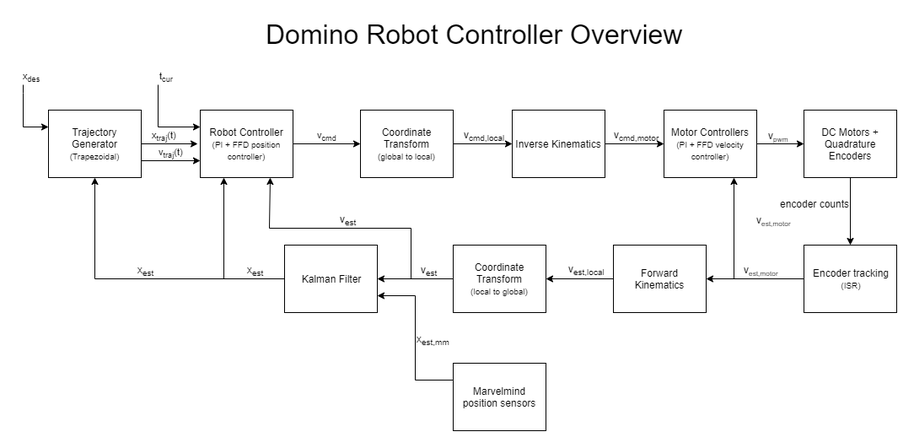
alexbaucom17/DominoRobot keeps this draw.io diagram as doc/DominoRobotControllerFlowchart.png. Above is the earlier version. Source tidied: cells renumbered, new cells last; positions are measured from the earlier drawing's top-left corner, leaving out a move shared by most shapes.
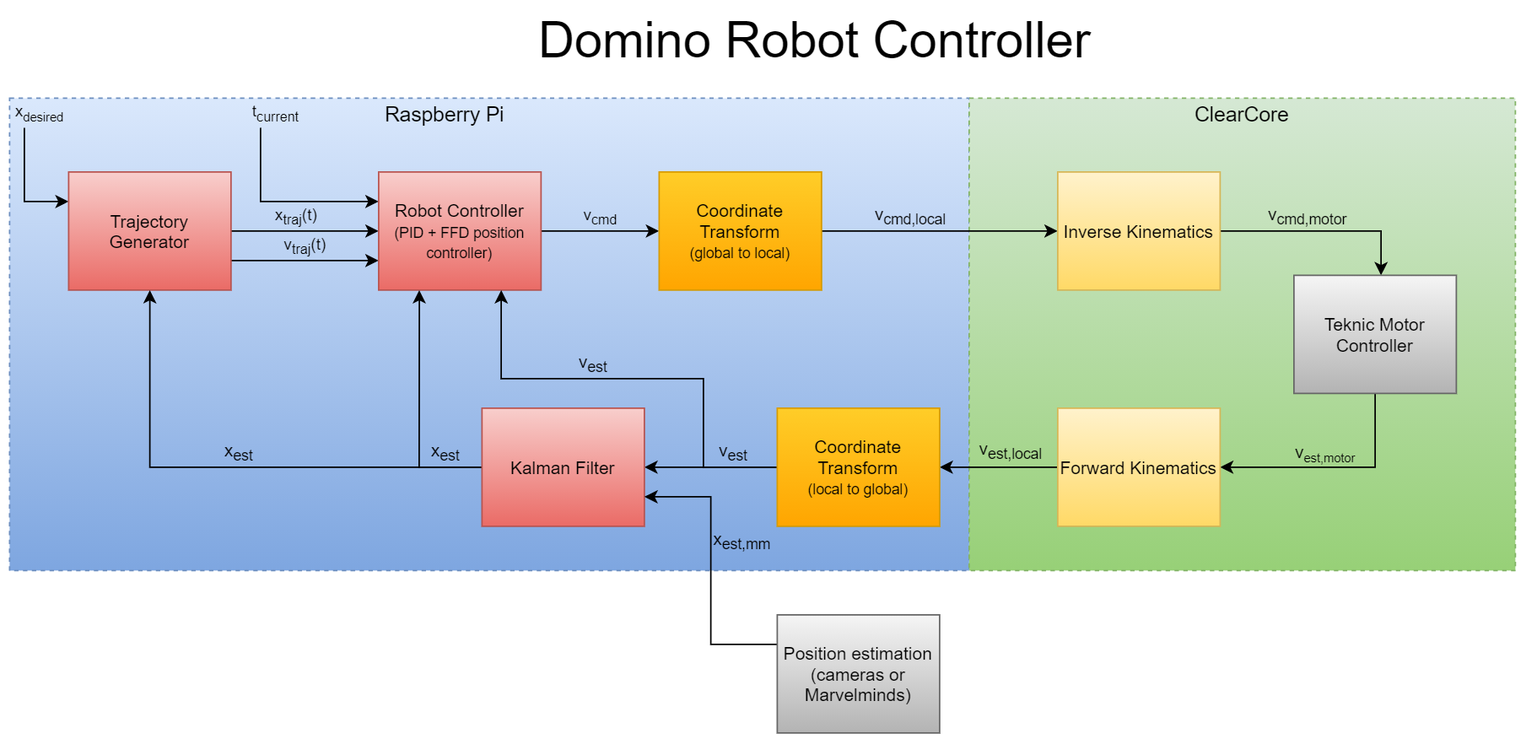
Later version of the same file.

Commit message:
Update controller flowchart

What changed in the source:
```diff
@@ -2,24 +2,29 @@
   <root>
     <mxCell id="0" />
     <mxCell id="1" parent="0" />
+    <mxCell id="43" style="rounded=0;whiteSpace=wrap;html=1;dashed=1;fillColor=#dae8fc;strokeColor=#6c8ebf;gradientColor=#7ea6e0;" parent="1" vertex="1">
+      <mxGeometry x="-10" y="60" width="650" height="320" as="geometry" />
+    </mxCell>
+    <mxCell id="44" style="rounded=0;whiteSpace=wrap;html=1;dashed=1;fillColor=#d5e8d4;strokeColor=#82b366;gradientColor=#97d077;" parent="1" vertex="1">
+      <mxGeometry x="640" y="60" width="370" height="320" as="geometry" />
+    </mxCell>
-    <mxCell id="2" value="x&lt;sub&gt;traj&lt;/sub&gt;(t)" style="edgeStyle=orthogonalEdgeStyle;rounded=0;orthogonalLoop=1;jettySize=auto;html=1;labelPosition=center;verticalLabelPosition=top;align=center;verticalAlign=bottom;fontColor=#000000;" parent="1" edge="1">
+    <mxCell id="2" value="x&lt;sub&gt;traj&lt;/sub&gt;(t)" style="edgeStyle=orthogonalEdgeStyle;rounded=0;jettySize=auto;html=1;labelPosition=center;verticalLabelPosition=top;align=center;verticalAlign=bottom;fontColor=#000000;entryX=0;entryY=0.5;entryDx=0;entryDy=0;labelBackgroundColor=none;" parent="1" edge="1" target="8">
       <mxGeometry relative="1" as="geometry">
         <mxPoint x="127" y="150" as="sourcePoint" />
-        <mxPoint x="207" y="150" as="targetPoint" />
       </mxGeometry>
     </mxCell>
-    <mxCell id="3" value="v&lt;sub&gt;traj&lt;/sub&gt;(t)" style="edgeStyle=orthogonalEdgeStyle;rounded=0;jettySize=auto;html=1;exitX=1;exitY=0.75;exitDx=0;exitDy=0;entryX=0;entryY=0.75;entryDx=0;entryDy=0;labelPosition=center;verticalLabelPosition=top;align=center;verticalAlign=bottom;fontColor=#000000;" parent="1" edge="1" source="6" target="8">
+    <mxCell id="3" value="v&lt;sub&gt;traj&lt;/sub&gt;(t)" style="edgeStyle=orthogonalEdgeStyle;rounded=0;jettySize=auto;html=1;exitX=1;exitY=0.75;exitDx=0;exitDy=0;entryX=0;entryY=0.75;entryDx=0;entryDy=0;labelPosition=center;verticalLabelPosition=top;align=center;verticalAlign=bottom;fontColor=#000000;labelBackgroundColor=none;" parent="1" edge="1" source="6" target="8">
       <mxGeometry relative="1" as="geometry" />
     </mxCell>
-    <mxCell id="4" value="t&lt;sub&gt;cur&lt;/sub&gt;" style="edgeStyle=orthogonalEdgeStyle;rounded=0;jettySize=auto;html=1;entryX=0;entryY=0.25;entryDx=0;entryDy=0;labelPosition=center;verticalLabelPosition=top;align=center;verticalAlign=bottom;fontColor=#000000;" parent="1" edge="1" target="8">
-      <mxGeometry x="0.2" y="50" relative="1" as="geometry">
+    <mxCell id="4" value="t&lt;sub&gt;current&lt;/sub&gt;" style="edgeStyle=orthogonalEdgeStyle;rounded=0;jettySize=auto;html=1;entryX=0;entryY=0.25;entryDx=0;entryDy=0;labelPosition=center;verticalLabelPosition=top;align=center;verticalAlign=bottom;fontColor=#000000;labelBackgroundColor=none;" parent="1" edge="1" target="8">
+      <mxGeometry x="-1" y="10" relative="1" as="geometry">
         <mxPoint x="160" y="80" as="sourcePoint" />
         <Array as="points">
           <mxPoint x="160" y="130" />
         </Array>
       </mxGeometry>
     </mxCell>
-    <mxCell id="5" value="x&lt;sub&gt;des&lt;/sub&gt;" style="edgeStyle=orthogonalEdgeStyle;rounded=0;jettySize=auto;html=1;exitX=0;exitY=0.25;exitDx=0;exitDy=0;startArrow=classic;startFill=1;endArrow=none;endFill=0;labelPosition=center;verticalLabelPosition=top;align=center;verticalAlign=bottom;fontColor=#000000;" parent="1" edge="1" source="6">
+    <mxCell id="5" value="x&lt;font size=&quot;1&quot;&gt;&lt;sub&gt;desired&lt;/sub&gt;&lt;/font&gt;" style="edgeStyle=orthogonalEdgeStyle;rounded=0;jettySize=auto;html=1;exitX=0;exitY=0.25;exitDx=0;exitDy=0;startArrow=classic;startFill=1;endArrow=none;endFill=0;labelPosition=center;verticalLabelPosition=top;align=center;verticalAlign=bottom;fontColor=#000000;labelBackgroundColor=none;" parent="1" edge="1" source="6">
       <mxGeometry x="1" y="-10" relative="1" as="geometry">
         <mxPoint y="80" as="targetPoint" />
         <Array as="points">
@@ -28,68 +33,56 @@
         </Array>
       </mxGeometry>
     </mxCell>
-    <mxCell id="6" value="Trajectory Generator&lt;br style=&quot;font-size: 10px&quot;&gt;&lt;font size=&quot;1&quot;&gt;(Trapezoidal)&lt;/font&gt;" style="rounded=0;whiteSpace=wrap;html=1;fontColor=#000000;" parent="1" vertex="1">
+    <mxCell id="6" value="Trajectory Generator" style="rounded=0;whiteSpace=wrap;html=1;gradientColor=#ea6b66;fillColor=#f8cecc;strokeColor=#b85450;" parent="1" vertex="1">
       <mxGeometry x="30" y="110" width="110" height="80" as="geometry" />
     </mxCell>
-    <mxCell id="7" value="v&lt;sub&gt;cmd&lt;/sub&gt;" style="edgeStyle=orthogonalEdgeStyle;rounded=0;jettySize=auto;html=1;labelPosition=center;verticalLabelPosition=top;align=center;verticalAlign=bottom;fontColor=#000000;" parent="1" edge="1" source="8" target="11">
+    <mxCell id="7" value="v&lt;sub&gt;cmd&lt;/sub&gt;" style="edgeStyle=orthogonalEdgeStyle;rounded=0;jettySize=auto;html=1;labelPosition=center;verticalLabelPosition=top;align=center;verticalAlign=bottom;fontColor=#000000;labelBackgroundColor=none;" parent="1" edge="1" source="8" target="11">
       <mxGeometry relative="1" as="geometry" />
     </mxCell>
-    <mxCell id="8" value="Robot Controller&lt;br style=&quot;font-size: 10px&quot;&gt;&lt;font size=&quot;1&quot;&gt;(PI + FFD position controller)&lt;/font&gt;" style="rounded=0;whiteSpace=wrap;html=1;fontColor=#000000;" parent="1" vertex="1">
-      <mxGeometry x="210" y="110" width="110" height="80" as="geometry" />
+    <mxCell id="8" value="Robot Controller&lt;br style=&quot;font-size: 10px&quot;&gt;&lt;font size=&quot;1&quot;&gt;(PID + FFD position controller)&lt;/font&gt;" style="rounded=0;whiteSpace=wrap;html=1;gradientColor=#ea6b66;fillColor=#f8cecc;strokeColor=#b85450;" parent="1" vertex="1">
+      <mxGeometry x="240" y="110" width="110" height="80" as="geometry" />
     </mxCell>
     <mxCell id="9" style="edgeStyle=orthogonalEdgeStyle;rounded=0;jettySize=auto;html=1;fontColor=#000000;" parent="1" edge="1" source="11" target="14">
       <mxGeometry relative="1" as="geometry" />
     </mxCell>
     <mxCell id="10" value="v&lt;sub&gt;cmd,local&lt;/sub&gt;" style="text;html=1;align=center;verticalAlign=bottom;labelBackgroundColor=none;fontColor=#000000;labelPosition=center;verticalLabelPosition=top;" parent="9" vertex="1">
       <mxGeometry x="-0.35" y="1" relative="1" as="geometry">
-        <mxPoint x="13.8" y="1" as="offset" />
+        <mxPoint x="8" y="1" as="offset" />
       </mxGeometry>
     </mxCell>
-    <mxCell id="11" value="Coordinate Transform&lt;br style=&quot;font-size: 10px&quot;&gt;&lt;font size=&quot;1&quot;&gt;(global to local)&lt;/font&gt;" style="rounded=0;whiteSpace=wrap;html=1;fontColor=#000000;" parent="1" vertex="1">
-      <mxGeometry x="400" y="110" width="110" height="80" as="geometry" />
+    <mxCell id="11" value="Coordinate Transform&lt;br style=&quot;font-size: 10px&quot;&gt;&lt;font size=&quot;1&quot;&gt;(global to local)&lt;/font&gt;" style="rounded=0;whiteSpace=wrap;html=1;gradientColor=#ffa500;fillColor=#ffcd28;strokeColor=#d79b00;" parent="1" vertex="1">
+      <mxGeometry x="430" y="110" width="110" height="80" as="geometry" />
     </mxCell>
-    <mxCell id="12" style="edgeStyle=orthogonalEdgeStyle;rounded=0;jettySize=auto;html=1;fontColor=#000000;" parent="1" edge="1" source="14" target="17">
-      <mxGeometry relative="1" as="geometry" />
+    <mxCell id="12" style="edgeStyle=orthogonalEdgeStyle;rounded=0;jettySize=auto;html=1;fontColor=#000000;" parent="1" edge="1" source="14">
+      <mxGeometry relative="1" as="geometry">
+        <mxPoint x="919" y="180" as="targetPoint" />
+        <Array as="points">
+          <mxPoint x="919" y="150" />
+        </Array>
+      </mxGeometry>
     </mxCell>
     <mxCell id="13" value="v&lt;sub&gt;cmd,motor&lt;/sub&gt;" style="text;html=1;align=center;verticalAlign=bottom;labelBackgroundColor=none;fontColor=#000000;labelPosition=center;verticalLabelPosition=top;" parent="12" vertex="1">
       <mxGeometry x="-0.35" y="1" relative="1" as="geometry">
         <mxPoint x="13.8" y="1" as="offset" />
       </mxGeometry>
     </mxCell>
-    <mxCell id="14" value="Inverse Kinematics" style="rounded=0;whiteSpace=wrap;html=1;fontColor=#000000;" parent="1" vertex="1">
-      <mxGeometry x="580" y="110" width="110" height="80" as="geometry" />
+    <mxCell id="14" value="Inverse Kinematics" style="rounded=0;whiteSpace=wrap;html=1;gradientColor=#ffd966;fillColor=#fff2cc;strokeColor=#d6b656;" parent="1" vertex="1">
+      <mxGeometry x="700" y="110" width="110" height="80" as="geometry" />
     </mxCell>
-    <mxCell id="15" style="edgeStyle=orthogonalEdgeStyle;rounded=0;jettySize=auto;html=1;fontColor=#000000;" parent="1" edge="1" source="17" target="20">
-      <mxGeometry relative="1" as="geometry" />
-    </mxCell>
-    <mxCell id="16" value="v&lt;span style=&quot;font-size: 10px&quot;&gt;&lt;sub&gt;pwm&lt;/sub&gt;&lt;/span&gt;" style="text;html=1;align=center;verticalAlign=bottom;labelBackgroundColor=none;fontColor=#000000;labelPosition=center;verticalLabelPosition=top;" parent="15" vertex="1">
-      <mxGeometry x="-0.12" relative="1" as="geometry" />
-    </mxCell>
-    <mxCell id="17" value="Motor Controllers&lt;br style=&quot;font-size: 10px&quot;&gt;&lt;font size=&quot;1&quot;&gt;(PI + FFD velocity controller)&lt;/font&gt;" style="rounded=0;whiteSpace=wrap;html=1;fontColor=#000000;" parent="1" vertex="1">
-      <mxGeometry x="760" y="110" width="110" height="80" as="geometry" />
-    </mxCell>
-    <mxCell id="18" style="edgeStyle=orthogonalEdgeStyle;rounded=0;jettySize=auto;html=1;fontColor=#000000;" parent="1" edge="1" source="20" target="24">
-      <mxGeometry relative="1" as="geometry" />
-    </mxCell>
-    <mxCell id="19" value="encoder counts" style="text;html=1;align=left;verticalAlign=middle;labelBackgroundColor=none;fontColor=#000000;labelPosition=right;verticalLabelPosition=middle;" parent="18" vertex="1">
-      <mxGeometry x="-0.29" y="2" relative="1" as="geometry">
-        <mxPoint x="-87" y="2" as="offset" />
-      </mxGeometry>
-    </mxCell>
-    <mxCell id="20" value="DC Motors + Quadrature Encoders" style="rounded=0;whiteSpace=wrap;html=1;fontColor=#000000;" parent="1" vertex="1">
-      <mxGeometry x="926" y="110" width="110" height="80" as="geometry" />
-    </mxCell>
-    <mxCell id="21" style="edgeStyle=orthogonalEdgeStyle;rounded=0;jettySize=auto;html=1;fontColor=#000000;" parent="1" edge="1" source="24" target="27">
-      <mxGeometry relative="1" as="geometry" />
+    <mxCell id="21" style="edgeStyle=orthogonalEdgeStyle;rounded=0;jettySize=auto;html=1;fontColor=#000000;entryX=1;entryY=0.5;entryDx=0;entryDy=0;exitX=0.5;exitY=1;exitDx=0;exitDy=0;" parent="1" edge="1" source="24" target="27">
+      <mxGeometry relative="1" as="geometry">
+        <Array as="points">
+          <mxPoint x="915" y="310" />
+        </Array>
+      </mxGeometry>
     </mxCell>
     <mxCell id="22" value="v&lt;span style=&quot;font-size: 10px&quot;&gt;&lt;sub&gt;est,motor&lt;/sub&gt;&lt;/span&gt;" style="text;html=1;align=center;verticalAlign=bottom;labelBackgroundColor=none;fontColor=#000000;labelPosition=center;verticalLabelPosition=top;" parent="21" vertex="1">
-      <mxGeometry x="-0.12" y="-1" relative="1" as="geometry" />
+      <mxGeometry x="-0.12" y="-1" relative="1" as="geometry">
+        <mxPoint x="-16" y="1" as="offset" />
+      </mxGeometry>
     </mxCell>
-    <mxCell id="23" style="edgeStyle=orthogonalEdgeStyle;rounded=0;jettySize=auto;html=1;exitX=0;exitY=0.5;exitDx=0;exitDy=0;entryX=0.75;entryY=1;entryDx=0;entryDy=0;startArrow=none;startFill=0;endArrow=classic;endFill=1;fontColor=#000000;" parent="1" edge="1" source="24" target="17">
-      <mxGeometry relative="1" as="geometry" />
-    </mxCell>
-    <mxCell id="24" value="Encoder tracking&lt;br&gt;&lt;font style=&quot;font-size: 10px&quot;&gt;(ISR)&lt;/font&gt;" style="rounded=0;whiteSpace=wrap;html=1;fontColor=#000000;" parent="1" vertex="1">
-      <mxGeometry x="926" y="270" width="110" height="80" as="geometry" />
+    <mxCell id="24" value="Teknic Motor Controller" style="rounded=0;whiteSpace=wrap;html=1;gradientColor=#b3b3b3;fillColor=#f5f5f5;strokeColor=#666666;" parent="1" vertex="1">
+      <mxGeometry x="860" y="180" width="110" height="80" as="geometry" />
     </mxCell>
     <mxCell id="25" style="edgeStyle=orthogonalEdgeStyle;rounded=0;jettySize=auto;html=1;fontColor=#000000;" parent="1" edge="1" source="27" target="31">
       <mxGeometry relative="1" as="geometry" />
@@ -97,7 +90,7 @@
     <mxCell id="26" value="v&lt;sub&gt;est,local&lt;/sub&gt;" style="text;html=1;align=center;verticalAlign=bottom;labelBackgroundColor=none;fontColor=#000000;labelPosition=center;verticalLabelPosition=top;" parent="25" vertex="1">
       <mxGeometry x="-0.2" y="-1" relative="1" as="geometry" />
     </mxCell>
-    <mxCell id="27" value="Forward Kinematics" style="rounded=0;whiteSpace=wrap;html=1;fontColor=#000000;" parent="1" vertex="1">
+    <mxCell id="27" value="Forward Kinematics" style="rounded=0;whiteSpace=wrap;html=1;gradientColor=#ffd966;fillColor=#fff2cc;strokeColor=#d6b656;" parent="1" vertex="1">
       <mxGeometry x="700" y="270" width="110" height="80" as="geometry" />
     </mxCell>
     <mxCell id="28" style="edgeStyle=orthogonalEdgeStyle;rounded=0;jettySize=auto;html=1;fontColor=#000000;" parent="1" edge="1" source="31" target="34">
@@ -113,11 +106,12 @@
         <Array as="points">
           <mxPoint x="460" y="310" />
           <mxPoint x="460" y="250" />
-          <mxPoint x="292" y="250" />
+          <mxPoint x="323" y="250" />
+          <mxPoint x="323" y="190" />
         </Array>
       </mxGeometry>
     </mxCell>
-    <mxCell id="31" value="Coordinate Transform&lt;br style=&quot;font-size: 10px&quot;&gt;&lt;font size=&quot;1&quot;&gt;(local to global)&lt;/font&gt;" style="rounded=0;whiteSpace=wrap;html=1;fontColor=#000000;" parent="1" vertex="1">
+    <mxCell id="31" value="Coordinate Transform&lt;br style=&quot;font-size: 10px&quot;&gt;&lt;font size=&quot;1&quot;&gt;(local to global)&lt;/font&gt;" style="rounded=0;whiteSpace=wrap;html=1;gradientColor=#ffa500;fillColor=#ffcd28;strokeColor=#d79b00;" parent="1" vertex="1">
       <mxGeometry x="510" y="270" width="110" height="80" as="geometry" />
     </mxCell>
     <mxCell id="32" style="edgeStyle=orthogonalEdgeStyle;rounded=0;jettySize=auto;html=1;exitX=0;exitY=0.5;exitDx=0;exitDy=0;entryX=0.5;entryY=1;entryDx=0;entryDy=0;startArrow=none;startFill=0;endArrow=classic;endFill=1;fontColor=#000000;" parent="1" edge="1" source="34" target="6">
@@ -126,7 +120,7 @@
     <mxCell id="33" style="edgeStyle=orthogonalEdgeStyle;rounded=0;jettySize=auto;html=1;exitX=0;exitY=0.5;exitDx=0;exitDy=0;entryX=0.25;entryY=1;entryDx=0;entryDy=0;startArrow=none;startFill=0;endArrow=classic;endFill=1;labelPosition=center;verticalLabelPosition=top;align=center;verticalAlign=bottom;fontColor=#000000;" parent="1" edge="1" source="34" target="8">
       <mxGeometry relative="1" as="geometry" />
     </mxCell>
-    <mxCell id="34" value="Kalman Filter" style="rounded=0;whiteSpace=wrap;html=1;fontColor=#000000;" parent="1" vertex="1">
+    <mxCell id="34" value="Kalman Filter" style="rounded=0;whiteSpace=wrap;html=1;gradientColor=#ea6b66;fillColor=#f8cecc;strokeColor=#b85450;" parent="1" vertex="1">
       <mxGeometry x="310" y="270" width="110" height="80" as="geometry" />
     </mxCell>
     <mxCell id="35" style="edgeStyle=orthogonalEdgeStyle;rounded=0;jettySize=auto;html=1;exitX=0;exitY=0.25;exitDx=0;exitDy=0;entryX=1;entryY=0.75;entryDx=0;entryDy=0;startArrow=none;startFill=0;endArrow=classic;endFill=1;fontColor=#000000;" parent="1" edge="1" source="37" target="34">
@@ -134,14 +128,14 @@
     </mxCell>
     <mxCell id="36" value="x&lt;sub&gt;est,mm&lt;/sub&gt;" style="text;html=1;align=left;verticalAlign=middle;labelBackgroundColor=none;fontColor=#000000;labelPosition=right;verticalLabelPosition=middle;" parent="35" vertex="1">
       <mxGeometry x="-0.17" relative="1" as="geometry">
-        <mxPoint y="-14.2" as="offset" />
+        <mxPoint y="-36" as="offset" />
       </mxGeometry>
     </mxCell>
-    <mxCell id="37" value="Marvelmind position sensors" style="rounded=0;whiteSpace=wrap;html=1;fontColor=#000000;" parent="1" vertex="1">
+    <mxCell id="37" value="Position estimation (cameras or Marvelminds)" style="rounded=0;whiteSpace=wrap;html=1;gradientColor=#b3b3b3;fillColor=#f5f5f5;strokeColor=#666666;" parent="1" vertex="1">
       <mxGeometry x="510" y="410" width="110" height="80" as="geometry" />
     </mxCell>
     <mxCell id="38" value="x&lt;sub&gt;est&lt;/sub&gt;" style="text;html=1;align=center;verticalAlign=middle;fontColor=#000000;" parent="1" vertex="1">
-      <mxGeometry x="260" y="290" width="30" height="20" as="geometry" />
+      <mxGeometry x="270" y="290" width="30" height="20" as="geometry" />
     </mxCell>
     <mxCell id="39" value="x&lt;sub&gt;est&lt;/sub&gt;" style="text;html=1;align=center;verticalAlign=middle;fontColor=#000000;" parent="1" vertex="1">
       <mxGeometry x="130" y="290" width="30" height="20" as="geometry" />
@@ -149,11 +143,14 @@
     <mxCell id="40" value="v&lt;sub&gt;est&lt;/sub&gt;" style="text;html=1;align=center;verticalAlign=bottom;labelBackgroundColor=none;fontColor=#000000;labelPosition=center;verticalLabelPosition=top;" parent="1" vertex="1">
       <mxGeometry x="385" y="250" as="geometry" />
     </mxCell>
-    <mxCell id="41" value="v&lt;span style=&quot;font-size: 10px&quot;&gt;&lt;sub&gt;est,motor&lt;/sub&gt;&lt;/span&gt;" style="text;html=1;align=center;verticalAlign=bottom;labelBackgroundColor=none;fontColor=#000000;labelPosition=center;verticalLabelPosition=top;" parent="1" vertex="1">
-      <mxGeometry x="890" y="250" as="geometry" />
-    </mxCell>
-    <mxCell id="42" value="Domino Robot Controller Overview" style="text;html=1;align=center;verticalAlign=middle;fontColor=#000000;fontSize=32;" parent="1" vertex="1">
-      <mxGeometry x="280" width="510" height="40" as="geometry" />
+    <mxCell id="42" value="&lt;font style=&quot;font-size: 34px&quot;&gt;Domino Robot Controller&lt;/font&gt;" style="text;html=1;align=center;verticalAlign=middle;fontColor=#000000;fontSize=32;" parent="1" vertex="1">
+      <mxGeometry x="340" width="390" height="40" as="geometry" />
     </mxCell>
+    <mxCell id="45" value="&lt;font style=&quot;font-size: 14px&quot;&gt;ClearCore&lt;/font&gt;" style="text;html=1;strokeColor=none;fillColor=none;align=center;verticalAlign=middle;whiteSpace=wrap;rounded=0;dashed=1;" parent="1" vertex="1">
+      <mxGeometry x="780" y="60" width="90" height="20" as="geometry" />
+    </mxCell>
+    <mxCell id="46" value="&lt;font style=&quot;font-size: 14px&quot;&gt;Raspberry Pi&lt;/font&gt;" style="text;html=1;strokeColor=none;fillColor=none;align=center;verticalAlign=middle;whiteSpace=wrap;rounded=0;dashed=1;" parent="1" vertex="1">
+      <mxGeometry x="240" y="60" width="90" height="20" as="geometry" />
+    </mxCell>
   </root>
 </mxGraphModel>
```
